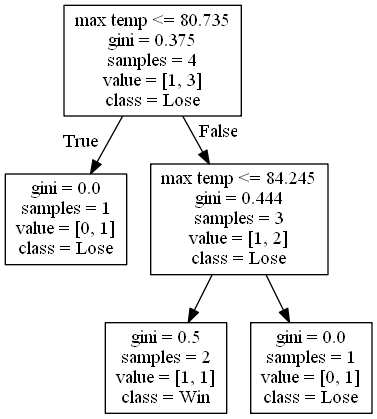
alexana-steck/CSE482Project keeps this Graphviz diagram as DecisionTrees/Conference USAdecision_tree_no_score_or_attendance1.png. Above is the earlier version. Its source is kept beside it as DecisionTrees/Conference USAdecision_tree_no_score_or_attendance1.dot.
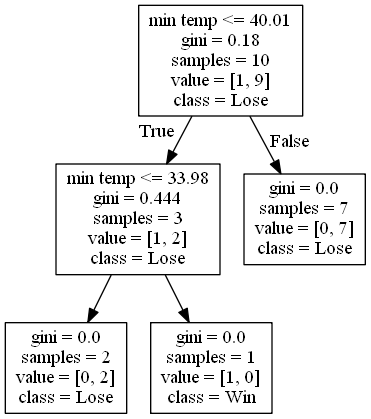
Later version of the same file.

The edit, as a diff of the source:
```diff
@@ -1,12 +1,12 @@
 digraph Tree {
 node [shape=box] ;
-0 [label="max temp <= 80.735\ngini = 0.375\nsamples = 4\nvalue = [1, 3]\nclass = Lose"] ;
-1 [label="gini = 0.0\nsamples = 1\nvalue = [0, 1]\nclass = Lose"] ;
+0 [label="min temp <= 40.01\ngini = 0.18\nsamples = 10\nvalue = [1, 9]\nclass = Lose"] ;
+1 [label="min temp <= 33.98\ngini = 0.444\nsamples = 3\nvalue = [1, 2]\nclass = Lose"] ;
 0 -> 1 [labeldistance=2.5, labelangle=45, headlabel="True"] ;
-2 [label="max temp <= 84.245\ngini = 0.444\nsamples = 3\nvalue = [1, 2]\nclass = Lose"] ;
-0 -> 2 [labeldistance=2.5, labelangle=-45, headlabel="False"] ;
-3 [label="gini = 0.5\nsamples = 2\nvalue = [1, 1]\nclass = Win"] ;
-2 -> 3 ;
-4 [label="gini = 0.0\nsamples = 1\nvalue = [0, 1]\nclass = Lose"] ;
-2 -> 4 ;
+2 [label="gini = 0.0\nsamples = 2\nvalue = [0, 2]\nclass = Lose"] ;
+1 -> 2 ;
+3 [label="gini = 0.0\nsamples = 1\nvalue = [1, 0]\nclass = Win"] ;
+1 -> 3 ;
+4 [label="gini = 0.0\nsamples = 7\nvalue = [0, 7]\nclass = Lose"] ;
+0 -> 4 [labeldistance=2.5, labelangle=-45, headlabel="False"] ;
 }
```
